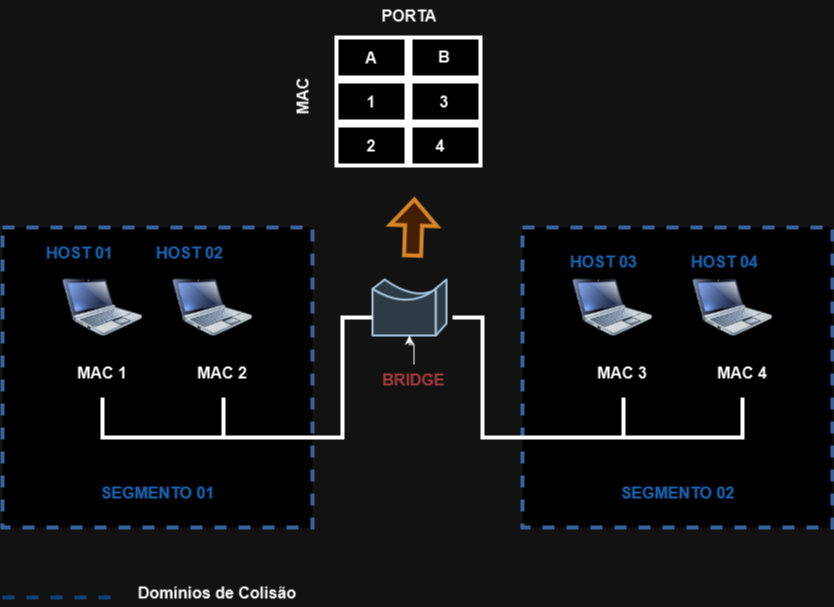
Before: CCNP 350-401 ENCOR/01 - Architecture/02 - Processo de Encaminhamento/07 - MAC Address Table e TCAM/Imagens/colisao.png, a diagram exported from draw.io (alcancil/Cisco). Source tidied: cells renumbered, new cells last; positions are measured from the earlier drawing's top-left corner, leaving out a move shared by most shapes. Source of this version:
```xml
<mxGraphModel>
  <root>
    <mxCell id="0" />
    <mxCell id="1" parent="0" />
    <mxCell id="2" style="rounded=0;whiteSpace=wrap;html=1;strokeWidth=4;" parent="1" vertex="1">
      <mxGeometry x="334" y="125" width="70" height="40" as="geometry" />
    </mxCell>
    <mxCell id="3" style="rounded=0;whiteSpace=wrap;html=1;strokeWidth=4;dashed=1;strokeColor=#7EA6E0;" parent="1" vertex="1">
      <mxGeometry x="520" y="227" width="310" height="300" as="geometry" />
    </mxCell>
    <mxCell id="4" style="rounded=0;whiteSpace=wrap;html=1;strokeWidth=4;dashed=1;strokeColor=#7EA6E0;" parent="1" vertex="1">
      <mxGeometry y="227" width="310" height="300" as="geometry" />
    </mxCell>
    <mxCell id="5" style="image;html=1;image=img/lib/clip_art/computers/Netbook_128x128.png;" parent="1" vertex="1">
      <mxGeometry x="60" y="267" width="80" height="80" as="geometry" />
    </mxCell>
    <mxCell id="6" style="image;html=1;image=img/lib/clip_art/computers/Netbook_128x128.png;" parent="1" vertex="1">
      <mxGeometry x="170" y="267" width="80" height="80" as="geometry" />
    </mxCell>
    <mxCell id="7" style="image;html=1;image=img/lib/clip_art/computers/Netbook_128x128.png;" parent="1" vertex="1">
      <mxGeometry x="570" y="267" width="80" height="80" as="geometry" />
    </mxCell>
    <mxCell id="8" style="image;html=1;image=img/lib/clip_art/computers/Netbook_128x128.png;" parent="1" vertex="1">
      <mxGeometry x="690" y="267" width="80" height="80" as="geometry" />
    </mxCell>
    <mxCell id="9" style="shape=mxgraph.cisco.misc.bridge;html=1;dashed=0;strokeWidth=2;verticalLabelPosition=bottom;verticalAlign=top;align=center;outlineConnect=0;fillColor=#bac8d3;strokeColor=#23445d;" parent="1" vertex="1">
      <mxGeometry x="370" y="279" width="74" height="56" as="geometry" />
    </mxCell>
    <mxCell id="10" style="endArrow=none;html=1;rounded=0;strokeWidth=4;entryX=0;entryY=0.679;entryDx=0;entryDy=0;entryPerimeter=0;" parent="1" edge="1" target="9">
      <mxGeometry relative="1" as="geometry">
        <mxPoint x="100" y="397" as="sourcePoint" />
        <Array as="points">
          <mxPoint x="100" y="437" />
          <mxPoint x="340" y="437" />
          <mxPoint x="340" y="317" />
        </Array>
      </mxGeometry>
    </mxCell>
    <mxCell id="11" style="endArrow=none;html=1;rounded=0;strokeWidth=4;" parent="1" edge="1">
      <mxGeometry relative="1" as="geometry">
        <mxPoint x="221" y="437" as="sourcePoint" />
        <mxPoint x="221" y="397" as="targetPoint" />
      </mxGeometry>
    </mxCell>
    <mxCell id="12" style="endArrow=none;html=1;rounded=0;strokeWidth=4;" parent="1" edge="1">
      <mxGeometry relative="1" as="geometry">
        <mxPoint x="621" y="437" as="sourcePoint" />
        <mxPoint x="621" y="397" as="targetPoint" />
      </mxGeometry>
    </mxCell>
    <mxCell id="13" value="MAC 1" style="text;html=1;strokeColor=none;fillColor=none;align=center;verticalAlign=middle;whiteSpace=wrap;rounded=0;fontStyle=1;fontSize=16;" parent="1" vertex="1">
      <mxGeometry x="70" y="357" width="60" height="30" as="geometry" />
    </mxCell>
    <mxCell id="14" value="MAC 2" style="text;html=1;strokeColor=none;fillColor=none;align=center;verticalAlign=middle;whiteSpace=wrap;rounded=0;fontStyle=1;fontSize=16;" parent="1" vertex="1">
      <mxGeometry x="190" y="357" width="60" height="30" as="geometry" />
    </mxCell>
    <mxCell id="15" value="MAC 3" style="text;html=1;strokeColor=none;fillColor=none;align=center;verticalAlign=middle;whiteSpace=wrap;rounded=0;fontStyle=1;fontSize=16;" parent="1" vertex="1">
      <mxGeometry x="590" y="357" width="60" height="30" as="geometry" />
    </mxCell>
    <mxCell id="16" value="MAC 4" style="text;html=1;strokeColor=none;fillColor=none;align=center;verticalAlign=middle;whiteSpace=wrap;rounded=0;fontStyle=1;fontSize=16;" parent="1" vertex="1">
      <mxGeometry x="710" y="357" width="60" height="30" as="geometry" />
    </mxCell>
    <mxCell id="17" style="endArrow=none;html=1;rounded=0;strokeWidth=4;" parent="1" edge="1">
      <mxGeometry relative="1" as="geometry">
        <mxPoint x="450" y="317" as="sourcePoint" />
        <mxPoint x="740" y="397" as="targetPoint" />
        <Array as="points">
          <mxPoint x="480" y="317" />
          <mxPoint x="480" y="437" />
          <mxPoint x="740" y="437" />
        </Array>
      </mxGeometry>
    </mxCell>
    <mxCell id="18" value="SEGMENTO 01" style="text;html=1;fillColor=none;align=center;verticalAlign=middle;whiteSpace=wrap;rounded=0;fontStyle=1;fontSize=16;fontColor=#66B2FF;" parent="1" vertex="1">
      <mxGeometry x="92.5" y="477" width="125" height="30" as="geometry" />
    </mxCell>
    <mxCell id="19" value="SEGMENTO 02" style="text;html=1;strokeColor=none;fillColor=none;align=center;verticalAlign=middle;whiteSpace=wrap;rounded=0;fontStyle=1;fontSize=16;fontColor=#66B2FF;" parent="1" vertex="1">
      <mxGeometry x="612.5" y="477" width="125" height="30" as="geometry" />
    </mxCell>
    <mxCell id="20" value="HOST 01" style="text;html=1;fillColor=none;align=center;verticalAlign=middle;whiteSpace=wrap;rounded=0;fontStyle=1;fontSize=16;fontColor=#66B2FF;" parent="1" vertex="1">
      <mxGeometry x="15" y="237" width="125" height="30" as="geometry" />
    </mxCell>
    <mxCell id="21" value="HOST 02" style="text;html=1;fillColor=none;align=center;verticalAlign=middle;whiteSpace=wrap;rounded=0;fontStyle=1;fontSize=16;fontColor=#66B2FF;" parent="1" vertex="1">
      <mxGeometry x="125" y="237" width="125" height="30" as="geometry" />
    </mxCell>
    <mxCell id="22" value="HOST 04" style="text;html=1;fillColor=none;align=center;verticalAlign=middle;whiteSpace=wrap;rounded=0;fontStyle=1;fontSize=16;fontColor=#66B2FF;" parent="1" vertex="1">
      <mxGeometry x="660" y="246" width="125" height="30" as="geometry" />
    </mxCell>
    <mxCell id="23" value="HOST 03" style="text;html=1;fillColor=none;align=center;verticalAlign=middle;whiteSpace=wrap;rounded=0;fontStyle=1;fontSize=16;fontColor=#66B2FF;" parent="1" vertex="1">
      <mxGeometry x="539" y="246" width="125" height="30" as="geometry" />
    </mxCell>
    <mxCell id="24" style="edgeStyle=orthogonalEdgeStyle;rounded=0;jettySize=auto;html=1;" parent="1" edge="1" source="25" target="9">
      <mxGeometry relative="1" as="geometry" />
    </mxCell>
    <mxCell id="25" value="BRIDGE" style="text;html=1;fillColor=none;align=center;verticalAlign=middle;whiteSpace=wrap;rounded=0;fontStyle=1;fontSize=16;fontColor=#FF9999;" parent="1" vertex="1">
      <mxGeometry x="349" y="364" width="125" height="30" as="geometry" />
    </mxCell>
    <mxCell id="26" style="rounded=0;whiteSpace=wrap;html=1;strokeWidth=4;" parent="1" vertex="1">
      <mxGeometry x="334" y="37" width="70" height="40" as="geometry" />
    </mxCell>
    <mxCell id="27" value="2" style="text;html=1;strokeColor=none;fillColor=none;align=center;verticalAlign=middle;whiteSpace=wrap;rounded=0;fontSize=16;fontStyle=1;" parent="1" vertex="1">
      <mxGeometry x="339" y="130" width="60" height="30" as="geometry" />
    </mxCell>
    <mxCell id="28" value="A" style="text;html=1;strokeColor=none;fillColor=none;align=center;verticalAlign=middle;whiteSpace=wrap;rounded=0;fontSize=16;fontStyle=1;" parent="1" vertex="1">
      <mxGeometry x="339" y="42" width="60" height="30" as="geometry" />
    </mxCell>
    <mxCell id="29" style="rounded=0;whiteSpace=wrap;html=1;strokeWidth=4;" parent="1" vertex="1">
      <mxGeometry x="408" y="37" width="70" height="40" as="geometry" />
    </mxCell>
    <mxCell id="30" style="rounded=0;whiteSpace=wrap;html=1;strokeWidth=4;" parent="1" vertex="1">
      <mxGeometry x="334" y="81" width="70" height="40" as="geometry" />
    </mxCell>
    <mxCell id="31" style="rounded=0;whiteSpace=wrap;html=1;strokeWidth=4;" parent="1" vertex="1">
      <mxGeometry x="408" y="81" width="70" height="40" as="geometry" />
    </mxCell>
    <mxCell id="32" style="rounded=0;whiteSpace=wrap;html=1;strokeWidth=4;" parent="1" vertex="1">
      <mxGeometry x="408" y="125" width="70" height="40" as="geometry" />
    </mxCell>
    <mxCell id="33" value="3" style="text;html=1;strokeColor=none;fillColor=none;align=center;verticalAlign=middle;whiteSpace=wrap;rounded=0;fontSize=16;fontStyle=1;" parent="1" vertex="1">
      <mxGeometry x="412" y="86" width="60" height="30" as="geometry" />
    </mxCell>
    <mxCell id="34" value="1" style="text;html=1;strokeColor=none;fillColor=none;align=center;verticalAlign=middle;whiteSpace=wrap;rounded=0;fontSize=16;fontStyle=1;" parent="1" vertex="1">
      <mxGeometry x="339" y="86" width="60" height="30" as="geometry" />
    </mxCell>
    <mxCell id="35" value="B" style="text;html=1;strokeColor=none;fillColor=none;align=center;verticalAlign=middle;whiteSpace=wrap;rounded=0;fontSize=16;fontStyle=1;" parent="1" vertex="1">
      <mxGeometry x="412" y="41" width="60" height="30" as="geometry" />
    </mxCell>
    <mxCell id="36" value="4" style="text;html=1;strokeColor=none;fillColor=none;align=center;verticalAlign=middle;whiteSpace=wrap;rounded=0;fontSize=16;fontStyle=1;" parent="1" vertex="1">
      <mxGeometry x="408" y="130" width="60" height="30" as="geometry" />
    </mxCell>
    <mxCell id="37" value="PORTA" style="text;html=1;strokeColor=none;fillColor=none;align=center;verticalAlign=middle;whiteSpace=wrap;rounded=0;fontSize=16;fontStyle=1;" parent="1" vertex="1">
      <mxGeometry x="377" width="60" height="30" as="geometry" />
    </mxCell>
    <mxCell id="38" value="MAC" style="text;html=1;strokeColor=none;fillColor=none;align=center;verticalAlign=middle;whiteSpace=wrap;rounded=0;fontSize=16;fontStyle=1;rotation=-90;" parent="1" vertex="1">
      <mxGeometry x="270" y="81" width="60" height="30" as="geometry" />
    </mxCell>
    <mxCell id="39" style="shape=flexArrow;endArrow=classic;html=1;rounded=0;endWidth=26;endSize=7.33;width=14;fillColor=#fad7ac;strokeColor=#b46504;strokeWidth=4;" parent="1" edge="1">
      <mxGeometry relative="1" as="geometry">
        <mxPoint x="410" y="257" as="sourcePoint" />
        <mxPoint x="412" y="197" as="targetPoint" />
      </mxGeometry>
    </mxCell>
    <mxCell id="40" style="endArrow=none;html=1;rounded=0;strokeWidth=4;dashed=1;strokeColor=#99CCFF;" parent="1" edge="1">
      <mxGeometry relative="1" as="geometry">
        <mxPoint y="597" as="sourcePoint" />
        <mxPoint x="120" y="597" as="targetPoint" />
      </mxGeometry>
    </mxCell>
    <mxCell id="41" value="Domínios de Colisão" style="text;html=1;strokeColor=none;fillColor=none;align=center;verticalAlign=middle;whiteSpace=wrap;rounded=0;fontSize=16;fontStyle=1;" parent="1" vertex="1">
      <mxGeometry x="130" y="577" width="170" height="30" as="geometry" />
    </mxCell>
  </root>
</mxGraphModel>
```
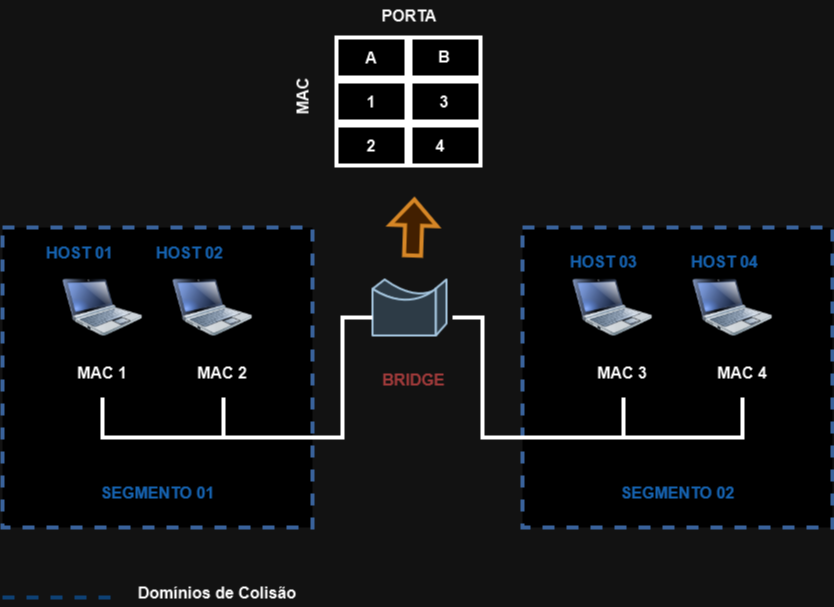
Later version of the same file.

Commit message:
Alterado o arquivo readme.md

The edit, as a diff of the source:
```diff
@@ -89,9 +89,6 @@
     <mxCell id="23" value="HOST 03" style="text;html=1;fillColor=none;align=center;verticalAlign=middle;whiteSpace=wrap;rounded=0;fontStyle=1;fontSize=16;fontColor=#66B2FF;" parent="1" vertex="1">
       <mxGeometry x="539" y="246" width="125" height="30" as="geometry" />
     </mxCell>
-    <mxCell id="24" style="edgeStyle=orthogonalEdgeStyle;rounded=0;jettySize=auto;html=1;" parent="1" edge="1" source="25" target="9">
-      <mxGeometry relative="1" as="geometry" />
-    </mxCell>
     <mxCell id="25" value="BRIDGE" style="text;html=1;fillColor=none;align=center;verticalAlign=middle;whiteSpace=wrap;rounded=0;fontStyle=1;fontSize=16;fontColor=#FF9999;" parent="1" vertex="1">
       <mxGeometry x="349" y="364" width="125" height="30" as="geometry" />
     </mxCell>
```
